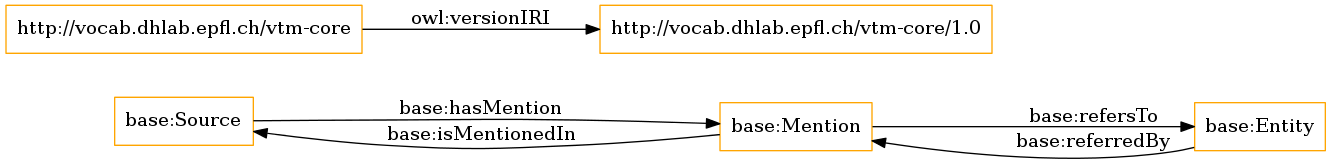
The Graphviz diagram OnToology/ontology-vtm-core/vtm-core-1.0.owl/diagrams/ar2dtool-class/vtm-core-1.0.owl.png in OnToologyUser/ontology-vtm, before a commit. Its source is kept beside it as OnToology/ontology-vtm-core/vtm-core-1.0.owl/diagrams/ar2dtool-class/vtm-core-1.0.owl.png.dot.
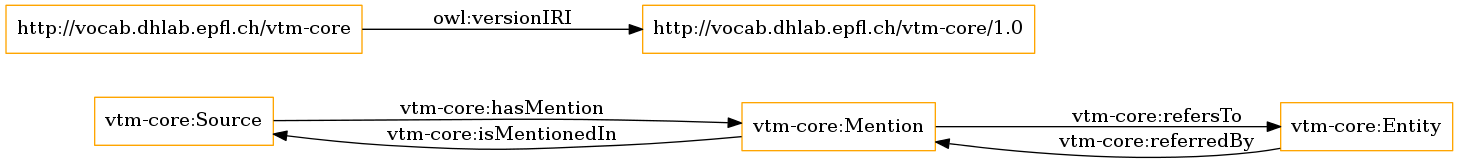
Later version of the same file.

Change to the diagram source:
```diff
@@ -1,11 +1,11 @@
 digraph ar2dtool_diagram {
 rankdir=LR;
 size="1501"
-node [shape = rectangle, color="orange"]; "base:Source" "base:Mention" "base:Entity" ; /*classes style*/
+node [shape = rectangle, color="orange"]; "vtm-core:Source" "vtm-core:Mention" "vtm-core:Entity" ; /*classes style*/
 	"http://vocab.dhlab.epfl.ch/vtm-core" -> "http://vocab.dhlab.epfl.ch/vtm-core/1.0" [ label = "owl:versionIRI" ];
-	"base:Mention" -> "base:Entity" [ label = "base:refersTo" ];
-	"base:Entity" -> "base:Mention" [ label = "base:referredBy" ];
-	"base:Source" -> "base:Mention" [ label = "base:hasMention" ];
-	"base:Mention" -> "base:Source" [ label = "base:isMentionedIn" ];
+	"vtm-core:Mention" -> "vtm-core:Entity" [ label = "vtm-core:refersTo" ];
+	"vtm-core:Entity" -> "vtm-core:Mention" [ label = "vtm-core:referredBy" ];
+	"vtm-core:Source" -> "vtm-core:Mention" [ label = "vtm-core:hasMention" ];
+	"vtm-core:Mention" -> "vtm-core:Source" [ label = "vtm-core:isMentionedIn" ];
 
 }
```
